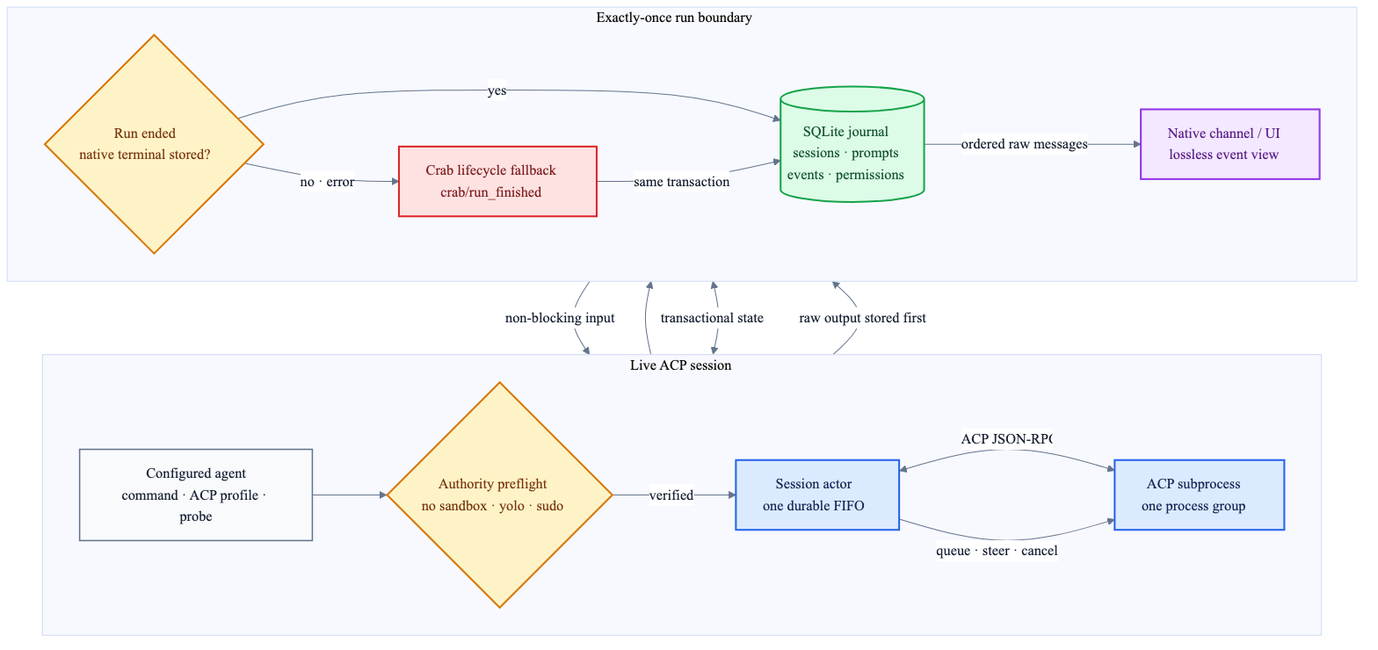
Earlier version of the Mermaid export v2/docs/agent-host-flow.png (fontanierh/crab). Its source is kept beside it as v2/docs/agent-host-flow.mmd.
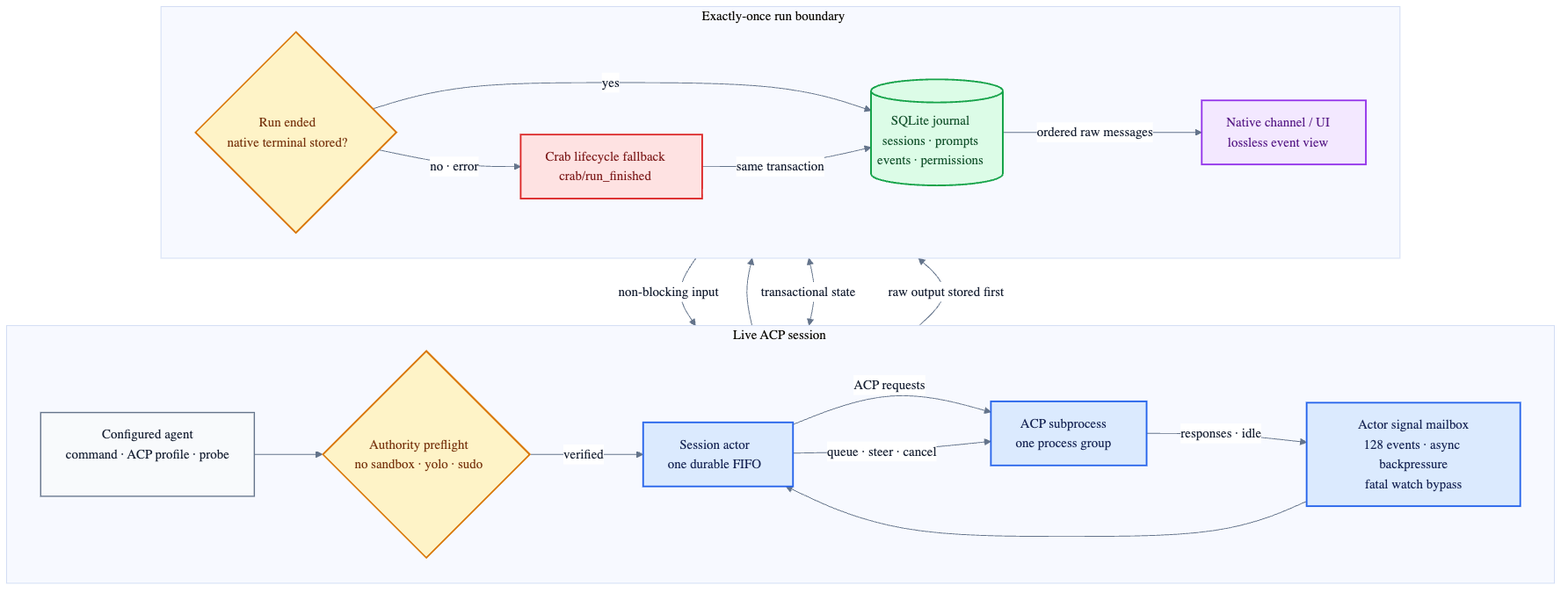
The same file after the commit.

Commit message:
fix(v2): bound actor signal mailbox (#306)

The edit, as a diff of the source:
```diff
@@ -5,10 +5,12 @@
         CONFIG["Configured agent<br/>command · ACP profile · probe"]
         PREFLIGHT{"Authority preflight<br/>no sandbox · yolo · sudo"}
         ACTOR["Session actor<br/>one durable FIFO"]
+        MAILBOX["Actor signal mailbox<br/>128 events · async backpressure<br/>fatal watch bypass"]
         ACP["ACP subprocess<br/>one process group"]
         CONFIG --> PREFLIGHT
         PREFLIGHT -->|"verified"| ACTOR
-        ACTOR <-->|"ACP JSON-RPC"| ACP
+        ACTOR -->|"ACP requests"| ACP
+        ACP -->|"responses · idle"| MAILBOX --> ACTOR
         ACTOR -->|"queue · steer · cancel"| ACP
     end
     subgraph DURABLE["Exactly-once run boundary"]
@@ -37,7 +39,7 @@
 
     class CONFIG config;
     class PREFLIGHT gate;
-    class ACTOR,ACP runtime;
+    class ACTOR,MAILBOX,ACP runtime;
     class FALLBACK fallback;
     class ENDED gate;
     class DB durable;
```
